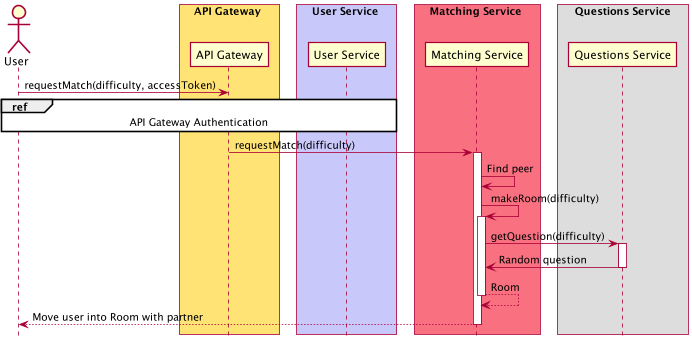
Above: project-report/images/matching-questions-service.png in CS3219-AY2223S1/cs3219-project-ay2223s1-g22 (PlantUML), before the change.
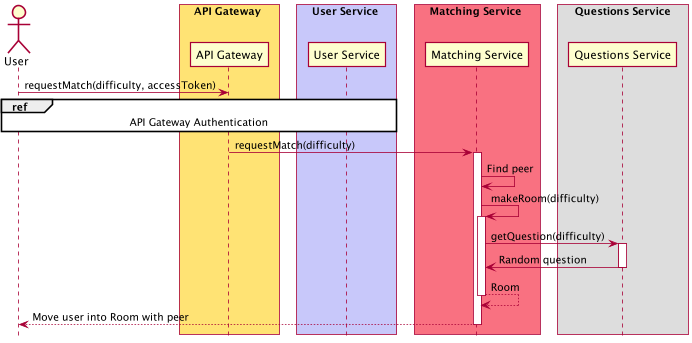
After the change.

Diff of the diagram source:
```diff
@@ -36,7 +36,7 @@
 deactivate QuestionsService
 return Room
 
-MatchingService --> User: Move user into Room with partner
+MatchingService --> User: Move user into Room with peer
 deactivate MatchingService
 
 @enduml
```
